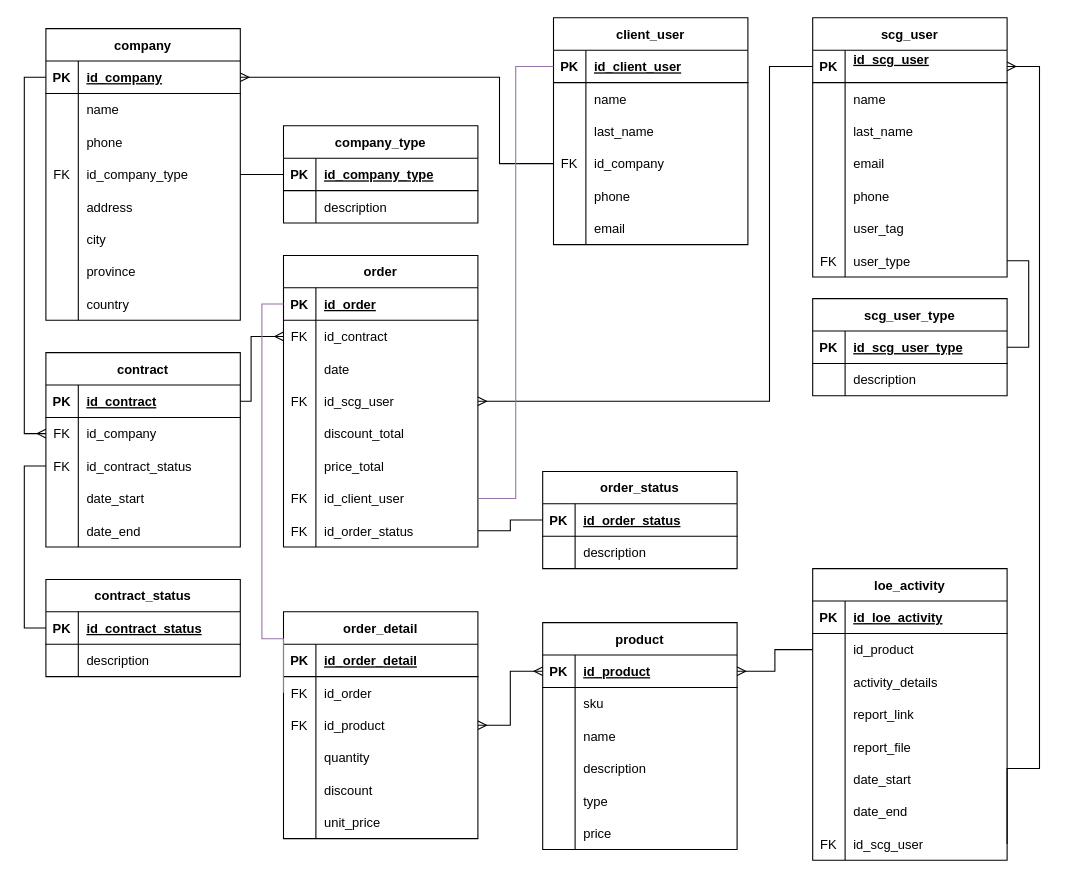
Before: scg_main_db.drawio in ismgonza/scg, a draw.io diagram. Source tidied: cells renumbered, new cells numbered last; positions are measured from the earlier drawing's top-left corner, leaving out a move shared by most shapes. Both pictures are drawn from the tidied source at 108%, with x=0, y=0 at pixel (45, 17).
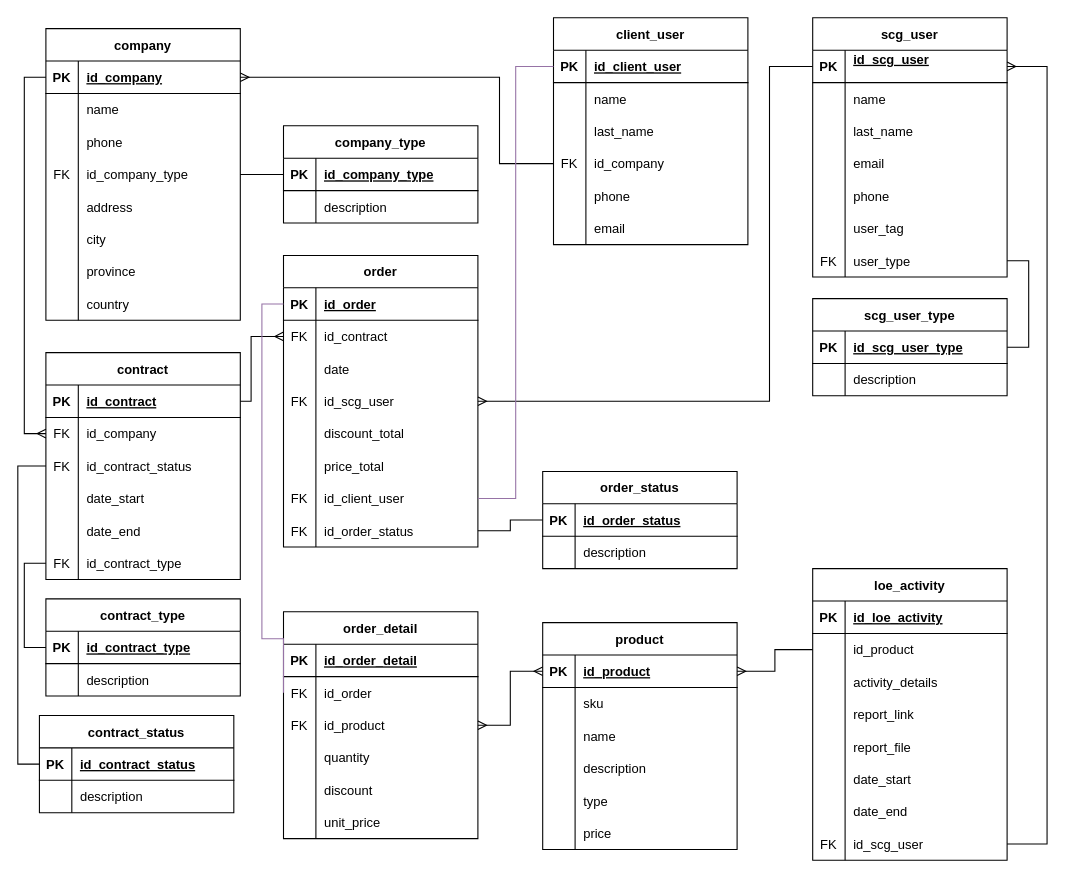
Above is the later version.

Unchanged cells that the change refers to:
```xml
<mxCell id="166" style="shape=tableRow;horizontal=0;startSize=0;swimlaneHead=0;swimlaneBody=0;fillColor=none;points=[[0,0.5],[1,0.5]];portConstraint=eastwest;top=0;left=0;right=0;bottom=0;" parent="144" vertex="1">
  <mxGeometry y="240" width="180" height="30" as="geometry" />
</mxCell>
<mxCell id="174" style="shape=tableRow;horizontal=0;startSize=0;swimlaneHead=0;swimlaneBody=0;fillColor=none;points=[[0,0.5],[1,0.5]];portConstraint=eastwest;top=0;left=0;right=0;bottom=1;" parent="173" vertex="1">
  <mxGeometry y="30" width="180" height="30" as="geometry" />
</mxCell>
```

What changed in the source:
```diff
@@
     <mxCell id="73" value="contract" style="shape=table;startSize=30;childLayout=tableLayout;rowLines=0;fontStyle=1;align=center;" parent="1" vertex="1">
-      <mxGeometry y="310" width="180" height="180" as="geometry" />
+      <mxGeometry y="310" width="180" height="210" as="geometry" />
     </mxCell>
@@
+    <mxCell id="213" style="shape=tableRow;horizontal=0;startSize=0;swimlaneHead=0;swimlaneBody=0;fillColor=none;points=[[0,0.5],[1,0.5]];portConstraint=eastwest;top=0;left=0;right=0;bottom=0;" parent="73" vertex="1">
+      <mxGeometry y="180" width="180" height="30" as="geometry" />
+    </mxCell>
+    <mxCell id="214" value="FK" style="shape=partialRectangle;fillColor=none;top=0;left=0;bottom=0;right=0;overflow=hidden;" parent="213" vertex="1">
+      <mxGeometry width="30" height="30" as="geometry" />
+    </mxCell>
+    <mxCell id="215" value="id_contract_type" style="shape=partialRectangle;fillColor=none;top=0;left=0;bottom=0;right=0;align=left;spacingLeft=6;overflow=hidden;" parent="213" vertex="1">
+      <mxGeometry x="30" width="150" height="30" as="geometry" />
+    </mxCell>
@@
     <mxCell id="135" value="contract_status" style="shape=table;startSize=30;childLayout=tableLayout;rowLines=0;fontStyle=1;align=center;" parent="1" vertex="1">
-      <mxGeometry y="520" width="180" height="90" as="geometry" />
+      <mxGeometry x="-6" y="646" width="180" height="90" as="geometry" />
     </mxCell>
@@
     <mxCell id="172" style="edgeStyle=orthogonalEdgeStyle;rounded=0;jettySize=auto;html=1;exitX=1;exitY=0.5;exitDx=0;exitDy=0;entryX=1;entryY=0.5;entryDx=0;entryDy=0;startArrow=ERmany;startFill=0;endArrow=none;endFill=0;" parent="1" edge="1" source="174" target="166">
       <mxGeometry relative="1" as="geometry">
         <Array as="points">
-          <mxPoint x="920" y="45" />
-          <mxPoint x="920" y="695" />
+          <mxPoint x="927" y="45" />
+          <mxPoint x="927" y="765" />
         </Array>
       </mxGeometry>
     </mxCell>
@@
+    <mxCell id="216" value="contract_type" style="shape=table;startSize=30;childLayout=tableLayout;rowLines=0;fontStyle=1;align=center;" parent="1" vertex="1">
+      <mxGeometry y="538" width="180" height="90" as="geometry" />
+    </mxCell>
+    <mxCell id="217" style="shape=tableRow;horizontal=0;startSize=0;swimlaneHead=0;swimlaneBody=0;fillColor=none;points=[[0,0.5],[1,0.5]];portConstraint=eastwest;top=0;left=0;right=0;bottom=1;" parent="216" vertex="1">
+      <mxGeometry y="30" width="180" height="30" as="geometry" />
+    </mxCell>
+    <mxCell id="218" value="PK" style="shape=partialRectangle;fillColor=none;top=0;left=0;bottom=0;right=0;fontStyle=1;overflow=hidden;" parent="217" vertex="1">
+      <mxGeometry width="30" height="30" as="geometry" />
+    </mxCell>
+    <mxCell id="219" value="id_contract_type" style="shape=partialRectangle;fillColor=none;top=0;left=0;bottom=0;right=0;align=left;spacingLeft=6;fontStyle=5;overflow=hidden;" parent="217" vertex="1">
+      <mxGeometry x="30" width="150" height="30" as="geometry" />
+    </mxCell>
+    <mxCell id="220" style="shape=tableRow;horizontal=0;startSize=0;swimlaneHead=0;swimlaneBody=0;fillColor=none;top=0;left=0;right=0;bottom=0;" parent="216" vertex="1">
+      <mxGeometry y="60" width="180" height="30" as="geometry" />
+    </mxCell>
+    <mxCell id="221" style="shape=partialRectangle;fillColor=none;top=0;left=0;bottom=0;right=0;overflow=hidden;" parent="220" vertex="1">
+      <mxGeometry width="30" height="30" as="geometry" />
+    </mxCell>
+    <mxCell id="222" value="description" style="shape=partialRectangle;fillColor=none;top=0;left=0;bottom=0;right=0;align=left;spacingLeft=6;overflow=hidden;" parent="220" vertex="1">
+      <mxGeometry x="30" width="150" height="30" as="geometry" />
+    </mxCell>
+    <mxCell id="223" style="edgeStyle=orthogonalEdgeStyle;rounded=0;jettySize=auto;html=1;exitX=0;exitY=0.5;exitDx=0;exitDy=0;entryX=0;entryY=0.5;entryDx=0;entryDy=0;endArrow=none;endFill=0;" parent="1" edge="1" source="213" target="217">
+      <mxGeometry relative="1" as="geometry" />
+    </mxCell>
```
